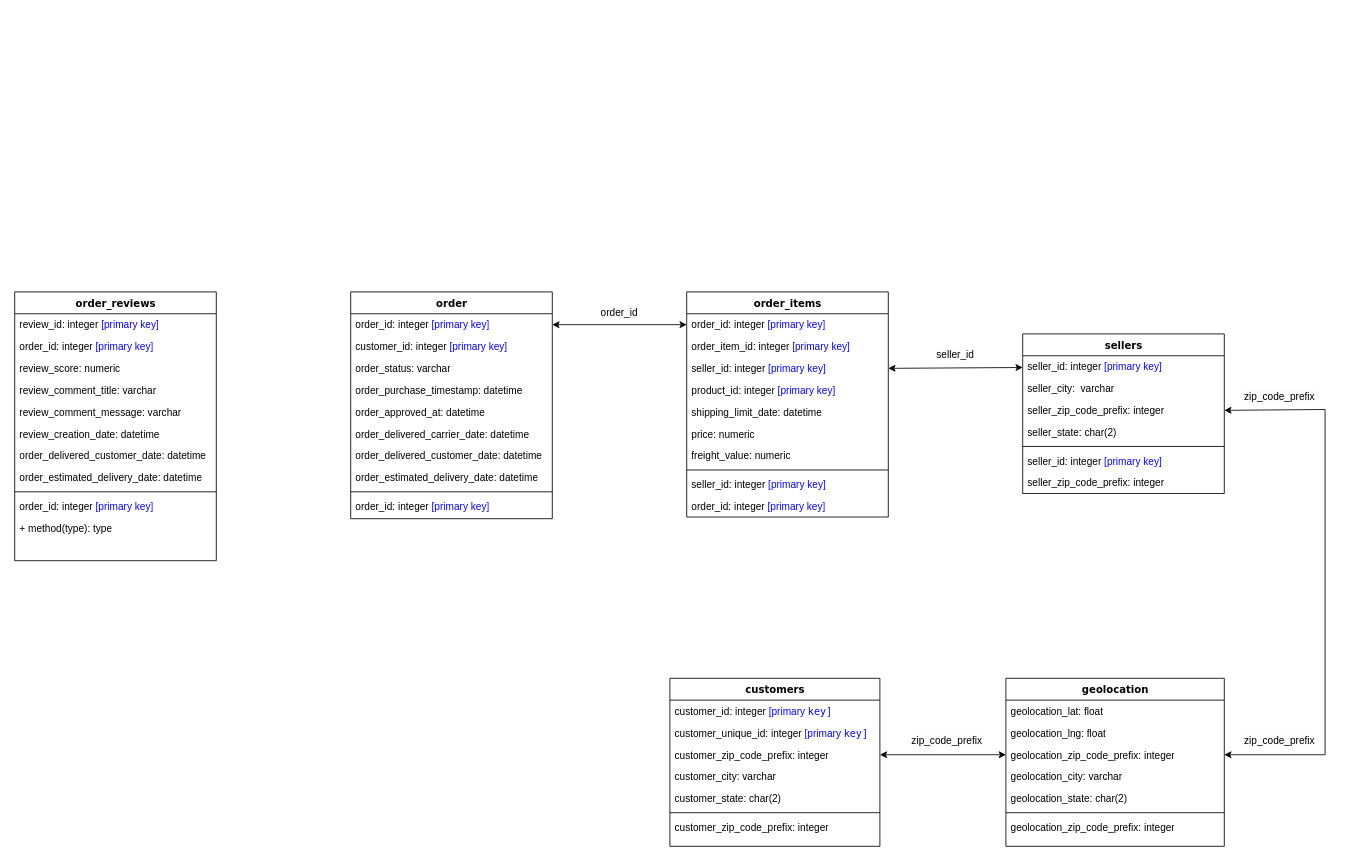
This is Diagrama sem nome.drawio from LucasFreitas98/Data-Science, a draw.io file, before an edit. Source tidied: cells renumbered, new cells numbered last; positions are measured from the earlier drawing's top-left corner, leaving out a move shared by most shapes. Both pictures are drawn from the tidied source at 84%, with x=0, y=0 at pixel (14, 291).
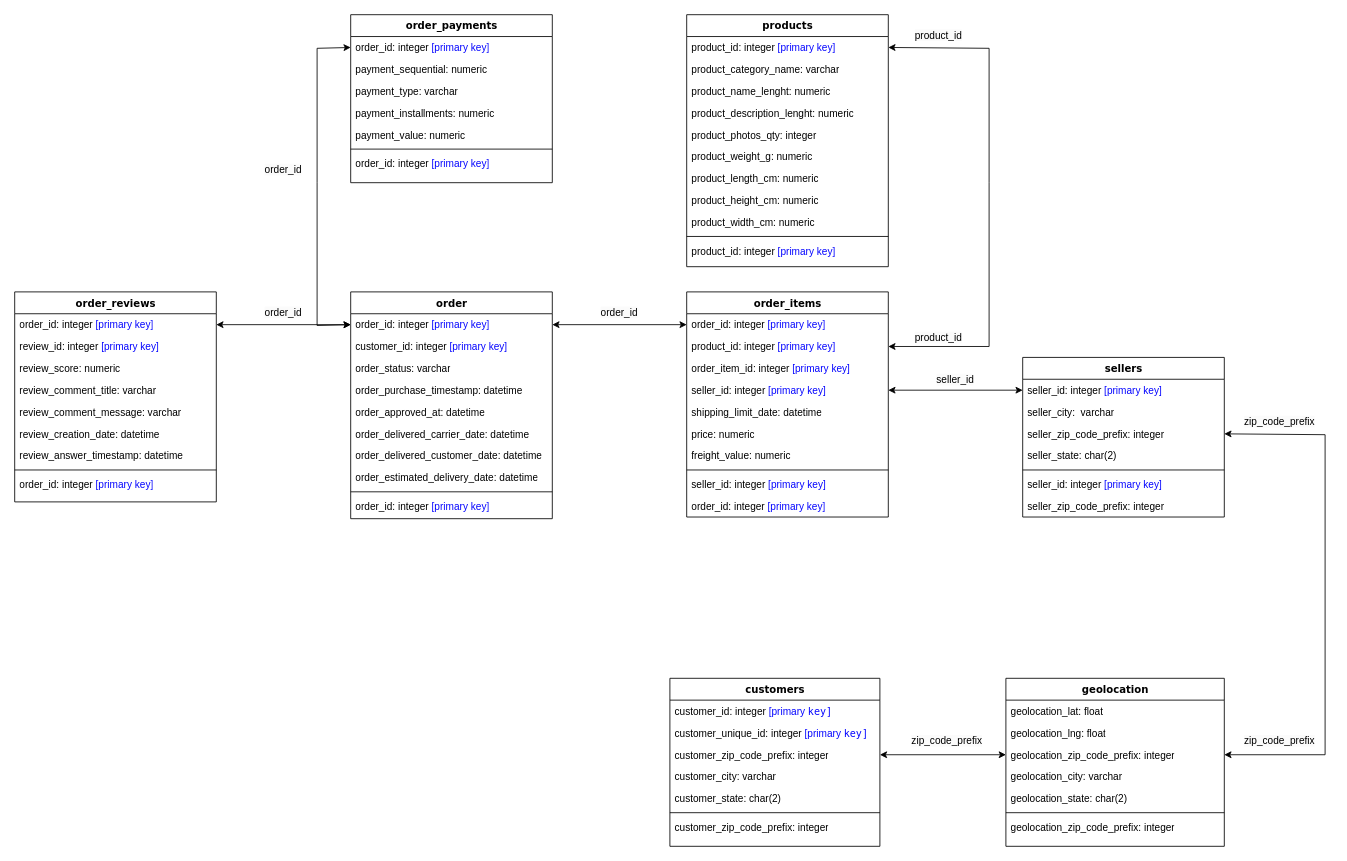
Above is the later version.

The change refers to these unchanged cells:
```xml
<mxCell id="13" value="geolocation_zip_code_prefix: integer" style="text;html=1;strokeColor=none;fillColor=none;align=left;verticalAlign=top;spacingLeft=4;spacingRight=4;whiteSpace=wrap;overflow=hidden;points=[[0,0.5],[1,0.5]];portConstraint=eastwest;" parent="10" vertex="1">
  <mxGeometry y="78" width="260" height="26" as="geometry" />
</mxCell>
<mxCell id="18" value="order_items" style="swimlane;html=1;fontStyle=1;align=center;verticalAlign=top;horizontal=1;startSize=26;swimlaneFillColor=#ffffff;rounded=0;shadow=0;comic=0;labelBackgroundColor=none;strokeWidth=1;fillColor=none;fontFamily=Verdana;fontSize=12;" parent="1" vertex="1">
  <mxGeometry x="800" width="240" height="268" as="geometry" />
</mxCell>
<mxCell id="32" value="seller_id: integer&amp;nbsp;&lt;font style=&quot;border-color: var(--border-color);&quot; color=&quot;#0505ff&quot;&gt;[primary&amp;nbsp;key]&lt;/font&gt;" style="text;html=1;strokeColor=none;fillColor=none;align=left;verticalAlign=top;spacingLeft=4;spacingRight=4;whiteSpace=wrap;overflow=hidden;points=[[0,0.5],[1,0.5]];portConstraint=eastwest;" parent="31" vertex="1">
  <mxGeometry y="26" width="240" height="26" as="geometry" />
</mxCell>
<mxCell id="34" value="seller_zip_code_prefix: integer" style="text;html=1;strokeColor=none;fillColor=none;align=left;verticalAlign=top;spacingLeft=4;spacingRight=4;whiteSpace=wrap;overflow=hidden;points=[[0,0.5],[1,0.5]];portConstraint=eastwest;" parent="31" vertex="1">
  <mxGeometry y="78" width="240" height="26" as="geometry" />
</mxCell>
<mxCell id="43" value="order_id: integer&amp;nbsp;&lt;font style=&quot;border-color: var(--border-color);&quot; color=&quot;#0505ff&quot;&gt;[primary&amp;nbsp;key]&lt;/font&gt;" style="text;html=1;strokeColor=none;fillColor=none;align=left;verticalAlign=top;spacingLeft=4;spacingRight=4;whiteSpace=wrap;overflow=hidden;points=[[0,0.5],[1,0.5]];portConstraint=eastwest;" parent="42" vertex="1">
  <mxGeometry y="26" width="240" height="26" as="geometry" />
</mxCell>
```

The edit, as a diff of the source:
```diff
@@
+    <mxCell id="22" value="product_id: integer&amp;nbsp;&lt;font style=&quot;border-color: var(--border-color);&quot; color=&quot;#0505ff&quot;&gt;[primary&amp;nbsp;key]&lt;/font&gt;" style="text;html=1;strokeColor=none;fillColor=none;align=left;verticalAlign=top;spacingLeft=4;spacingRight=4;whiteSpace=wrap;overflow=hidden;points=[[0,0.5],[1,0.5]];portConstraint=eastwest;" parent="18" vertex="1">
+      <mxGeometry y="52" width="240" height="26" as="geometry" />
+    </mxCell>
     <mxCell id="20" value="order_item_id: integer&amp;nbsp;&lt;font style=&quot;border-color: var(--border-color);&quot; color=&quot;#0505ff&quot;&gt;[primary&amp;nbsp;key]&lt;/font&gt;" style="text;html=1;strokeColor=none;fillColor=none;align=left;verticalAlign=top;spacingLeft=4;spacingRight=4;whiteSpace=wrap;overflow=hidden;" parent="18" vertex="1">
-      <mxGeometry y="52" width="240" height="26" as="geometry" />
+      <mxGeometry y="78" width="240" height="26" as="geometry" />
     </mxCell>
     <mxCell id="21" value="seller_id: integer&amp;nbsp;&lt;font style=&quot;border-color: var(--border-color);&quot; color=&quot;#0505ff&quot;&gt;[primary&amp;nbsp;key]&lt;/font&gt;&lt;br&gt;&amp;nbsp;" style="text;html=1;strokeColor=none;fillColor=none;align=left;verticalAlign=top;spacingLeft=4;spacingRight=4;whiteSpace=wrap;overflow=hidden;points=[[0,0.5],[1,0.5]];portConstraint=eastwest;" parent="18" vertex="1">
-      <mxGeometry y="78" width="240" height="26" as="geometry" />
+      <mxGeometry y="104" width="240" height="26" as="geometry" />
     </mxCell>
-    <mxCell id="22" value="product_id: integer&amp;nbsp;&lt;font style=&quot;border-color: var(--border-color);&quot; color=&quot;#0505ff&quot;&gt;[primary&amp;nbsp;key]&lt;/font&gt;" style="text;html=1;strokeColor=none;fillColor=none;align=left;verticalAlign=top;spacingLeft=4;spacingRight=4;whiteSpace=wrap;overflow=hidden;points=[[0,0.5],[1,0.5]];portConstraint=eastwest;" parent="18" vertex="1">
-      <mxGeometry y="104" width="240" height="26" as="geometry" />
-    </mxCell>
@@
     <mxCell id="31" value="sellers" style="swimlane;html=1;fontStyle=1;align=center;verticalAlign=top;horizontal=1;startSize=26;swimlaneFillColor=#ffffff;rounded=0;shadow=0;comic=0;labelBackgroundColor=none;strokeWidth=1;fillColor=none;fontFamily=Verdana;fontSize=12;" parent="1" vertex="1">
-      <mxGeometry x="1200" y="50" width="240" height="190" as="geometry" />
+      <mxGeometry x="1200" y="78" width="240" height="190" as="geometry" />
     </mxCell>
@@
     <mxCell id="39" style="endArrow=classic;startArrow=classic;html=1;rounded=0;entryX=1;entryY=0.5;entryDx=0;entryDy=0;exitX=1;exitY=0.5;exitDx=0;exitDy=0;" parent="1" edge="1" source="34" target="13">
       <mxGeometry relative="1" as="geometry">
         <Array as="points">
-          <mxPoint x="1560" y="140" />
+          <mxPoint x="1560" y="170" />
           <mxPoint x="1560" y="551" />
         </Array>
       </mxGeometry>
     </mxCell>
     <mxCell id="40" value="&lt;span style=&quot;color: rgb(0, 0, 0); font-family: Helvetica; font-size: 12px; font-style: normal; font-variant-ligatures: normal; font-variant-caps: normal; font-weight: 400; letter-spacing: normal; orphans: 2; text-align: left; text-indent: 0px; text-transform: none; widows: 2; word-spacing: 0px; -webkit-text-stroke-width: 0px; background-color: rgb(251, 251, 251); text-decoration-thickness: initial; text-decoration-style: initial; text-decoration-color: initial; float: none; display: inline !important;&quot;&gt;zip_code_prefix&lt;/span&gt;" style="text;html=1;strokeColor=none;fillColor=none;align=center;verticalAlign=middle;whiteSpace=wrap;rounded=0;" parent="1" vertex="1">
-      <mxGeometry x="1476" y="110" width="60" height="30" as="geometry" />
+      <mxGeometry x="1476" y="140" width="60" height="30" as="geometry" />
     </mxCell>
@@
-    <mxCell id="53" style="endArrow=classic;startArrow=classic;html=1;rounded=0;entryX=0;entryY=0.5;entryDx=0;entryDy=0;exitX=1;exitY=0.5;exitDx=0;exitDy=0;" parent="1" edge="1" source="21">
-      <mxGeometry relative="1" as="geometry">
-        <mxPoint x="1200" y="90" as="targetPoint" />
-      </mxGeometry>
+    <mxCell id="53" style="endArrow=classic;startArrow=classic;html=1;rounded=0;entryX=0;entryY=0.5;entryDx=0;entryDy=0;exitX=1;exitY=0.5;exitDx=0;exitDy=0;" parent="1" edge="1" source="21" target="32">
+      <mxGeometry relative="1" as="geometry" />
     </mxCell>
@@
     <mxCell id="55" value="&lt;span style=&quot;color: rgb(0, 0, 0); font-family: Helvetica; font-size: 12px; font-style: normal; font-variant-ligatures: normal; font-variant-caps: normal; font-weight: 400; letter-spacing: normal; orphans: 2; text-align: left; text-indent: 0px; text-transform: none; widows: 2; word-spacing: 0px; -webkit-text-stroke-width: 0px; background-color: rgb(251, 251, 251); text-decoration-thickness: initial; text-decoration-style: initial; text-decoration-color: initial; float: none; display: inline !important;&quot;&gt;seller_id&lt;/span&gt;" style="text;html=1;strokeColor=none;fillColor=none;align=center;verticalAlign=middle;whiteSpace=wrap;rounded=0;" parent="1" vertex="1">
-      <mxGeometry x="1090" y="60" width="60" height="30" as="geometry" />
+      <mxGeometry x="1090" y="90" width="60" height="30" as="geometry" />
     </mxCell>
@@
     <mxCell id="57" value="order_reviews" style="swimlane;html=1;fontStyle=1;align=center;verticalAlign=top;horizontal=1;startSize=26;swimlaneFillColor=#ffffff;rounded=0;shadow=0;comic=0;labelBackgroundColor=none;strokeWidth=1;fillColor=none;fontFamily=Verdana;fontSize=12;" parent="1" vertex="1">
-      <mxGeometry width="240" height="320" as="geometry" />
+      <mxGeometry width="240" height="250" as="geometry" />
     </mxCell>
+    <mxCell id="59" value="order_id: integer&amp;nbsp;&lt;font style=&quot;border-color: var(--border-color);&quot; color=&quot;#0505ff&quot;&gt;[primary&amp;nbsp;key]&lt;/font&gt;" style="text;html=1;strokeColor=none;fillColor=none;align=left;verticalAlign=top;spacingLeft=4;spacingRight=4;whiteSpace=wrap;overflow=hidden;" parent="57" vertex="1">
+      <mxGeometry y="26" width="240" height="26" as="geometry" />
+    </mxCell>
     <mxCell id="58" value="review_id:&amp;nbsp;integer&amp;nbsp;&lt;font style=&quot;border-color: var(--border-color);&quot; color=&quot;#0505ff&quot;&gt;[primary&amp;nbsp;key]&lt;/font&gt;" style="text;html=1;strokeColor=none;fillColor=none;align=left;verticalAlign=top;spacingLeft=4;spacingRight=4;whiteSpace=wrap;overflow=hidden;" parent="57" vertex="1">
-      <mxGeometry y="26" width="240" height="26" as="geometry" />
+      <mxGeometry y="52" width="240" height="26" as="geometry" />
     </mxCell>
-    <mxCell id="59" value="order_id: integer&amp;nbsp;&lt;font style=&quot;border-color: var(--border-color);&quot; color=&quot;#0505ff&quot;&gt;[primary&amp;nbsp;key]&lt;/font&gt;" style="text;html=1;strokeColor=none;fillColor=none;align=left;verticalAlign=top;spacingLeft=4;spacingRight=4;whiteSpace=wrap;overflow=hidden;" parent="57" vertex="1">
-      <mxGeometry y="52" width="240" height="26" as="geometry" />
-    </mxCell>
@@
-    <mxCell id="64" value="order_delivered_customer_date: datetime" style="text;html=1;strokeColor=none;fillColor=none;align=left;verticalAlign=top;spacingLeft=4;spacingRight=4;whiteSpace=wrap;overflow=hidden;" parent="57" vertex="1">
+    <mxCell id="64" value="review_answer_timestamp: datetime" style="text;html=1;strokeColor=none;fillColor=none;align=left;verticalAlign=top;spacingLeft=4;spacingRight=4;whiteSpace=wrap;overflow=hidden;" parent="57" vertex="1">
       <mxGeometry y="182" width="240" height="26" as="geometry" />
     </mxCell>
-    <mxCell id="65" value="order_estimated_delivery_date: datetime" style="text;html=1;strokeColor=none;fillColor=none;align=left;verticalAlign=top;spacingLeft=4;spacingRight=4;whiteSpace=wrap;overflow=hidden;" parent="57" vertex="1">
-      <mxGeometry y="208" width="240" height="26" as="geometry" />
-    </mxCell>
     <mxCell id="66" style="line;html=1;strokeWidth=1;fillColor=none;align=left;verticalAlign=middle;spacingTop=-1;spacingLeft=3;spacingRight=3;labelPosition=right;" parent="57" vertex="1">
-      <mxGeometry y="234" width="240" height="8" as="geometry" />
+      <mxGeometry y="208" width="240" height="8" as="geometry" />
     </mxCell>
     <mxCell id="67" value="order_id: integer&amp;nbsp;&lt;font style=&quot;border-color: var(--border-color);&quot; color=&quot;#0505ff&quot;&gt;[primary&amp;nbsp;key]&lt;/font&gt;" style="text;html=1;strokeColor=none;fillColor=none;align=left;verticalAlign=top;spacingLeft=4;spacingRight=4;whiteSpace=wrap;overflow=hidden;" parent="57" vertex="1">
-      <mxGeometry y="242" width="240" height="26" as="geometry" />
+      <mxGeometry y="216" width="240" height="26" as="geometry" />
     </mxCell>
-    <mxCell id="68" value="+ method(type): type" style="text;html=1;strokeColor=none;fillColor=none;align=left;verticalAlign=top;spacingLeft=4;spacingRight=4;whiteSpace=wrap;overflow=hidden;" parent="57" vertex="1">
-      <mxGeometry y="268" width="240" height="26" as="geometry" />
-    </mxCell>
+    <mxCell id="69" style="endArrow=classic;startArrow=classic;html=1;rounded=0;entryX=0;entryY=0.5;entryDx=0;entryDy=0;" parent="1" edge="1" target="43">
+      <mxGeometry relative="1" as="geometry">
+        <mxPoint x="240" y="39" as="sourcePoint" />
+      </mxGeometry>
+    </mxCell>
+    <mxCell id="70" value="&lt;span style=&quot;color: rgb(0, 0, 0); font-family: Helvetica; font-size: 12px; font-style: normal; font-variant-ligatures: normal; font-variant-caps: normal; font-weight: 400; letter-spacing: normal; orphans: 2; text-align: left; text-indent: 0px; text-transform: none; widows: 2; word-spacing: 0px; -webkit-text-stroke-width: 0px; background-color: rgb(251, 251, 251); text-decoration-thickness: initial; text-decoration-style: initial; text-decoration-color: initial; float: none; display: inline !important;&quot;&gt;order_id&lt;/span&gt;" style="text;html=1;strokeColor=none;fillColor=none;align=center;verticalAlign=middle;whiteSpace=wrap;rounded=0;" parent="1" vertex="1">
+      <mxGeometry x="290" y="10" width="60" height="30" as="geometry" />
+    </mxCell>
+    <mxCell id="71" value="order_payments" style="swimlane;html=1;fontStyle=1;align=center;verticalAlign=top;horizontal=1;startSize=26;swimlaneFillColor=#ffffff;rounded=0;shadow=0;comic=0;labelBackgroundColor=none;strokeWidth=1;fillColor=none;fontFamily=Verdana;fontSize=12;" parent="1" vertex="1">
+      <mxGeometry x="400" y="-330" width="240" height="200" as="geometry" />
+    </mxCell>
+    <mxCell id="72" value="order_id: integer&amp;nbsp;&lt;font style=&quot;border-color: var(--border-color);&quot; color=&quot;#0505ff&quot;&gt;[primary&amp;nbsp;key]&lt;/font&gt;" style="text;html=1;strokeColor=none;fillColor=none;align=left;verticalAlign=top;spacingLeft=4;spacingRight=4;whiteSpace=wrap;overflow=hidden;points=[[0,0.5],[1,0.5]];portConstraint=eastwest;" parent="71" vertex="1">
+      <mxGeometry y="26" width="240" height="26" as="geometry" />
+    </mxCell>
+    <mxCell id="73" value="payment_sequential: numeric" style="text;html=1;strokeColor=none;fillColor=none;align=left;verticalAlign=top;spacingLeft=4;spacingRight=4;whiteSpace=wrap;overflow=hidden;" parent="71" vertex="1">
+      <mxGeometry y="52" width="240" height="26" as="geometry" />
+    </mxCell>
+    <mxCell id="74" value="payment_type: varchar" style="text;html=1;strokeColor=none;fillColor=none;align=left;verticalAlign=top;spacingLeft=4;spacingRight=4;whiteSpace=wrap;overflow=hidden;" parent="71" vertex="1">
+      <mxGeometry y="78" width="240" height="26" as="geometry" />
+    </mxCell>
+    <mxCell id="75" value="payment_installments: numeric&lt;br&gt;&amp;nbsp;" style="text;html=1;strokeColor=none;fillColor=none;align=left;verticalAlign=top;spacingLeft=4;spacingRight=4;whiteSpace=wrap;overflow=hidden;" parent="71" vertex="1">
+      <mxGeometry y="104" width="240" height="26" as="geometry" />
+    </mxCell>
+    <mxCell id="76" value="payment_value: numeric" style="text;html=1;strokeColor=none;fillColor=none;align=left;verticalAlign=top;spacingLeft=4;spacingRight=4;whiteSpace=wrap;overflow=hidden;" parent="71" vertex="1">
+      <mxGeometry y="130" width="240" height="26" as="geometry" />
+    </mxCell>
+    <mxCell id="77" style="line;html=1;strokeWidth=1;fillColor=none;align=left;verticalAlign=middle;spacingTop=-1;spacingLeft=3;spacingRight=3;labelPosition=right;" parent="71" vertex="1">
+      <mxGeometry y="156" width="240" height="8" as="geometry" />
+    </mxCell>
+    <mxCell id="78" value="order_id: integer&amp;nbsp;&lt;font style=&quot;border-color: var(--border-color);&quot; color=&quot;#0505ff&quot;&gt;[primary&amp;nbsp;key]&lt;/font&gt;" style="text;html=1;strokeColor=none;fillColor=none;align=left;verticalAlign=top;spacingLeft=4;spacingRight=4;whiteSpace=wrap;overflow=hidden;" parent="71" vertex="1">
+      <mxGeometry y="164" width="240" height="26" as="geometry" />
+    </mxCell>
+    <mxCell id="79" style="endArrow=classic;startArrow=classic;html=1;rounded=0;entryX=0;entryY=0.5;entryDx=0;entryDy=0;exitX=0;exitY=0.5;exitDx=0;exitDy=0;" parent="1" edge="1" source="72" target="43">
+      <mxGeometry relative="1" as="geometry">
+        <Array as="points">
+          <mxPoint x="360" y="-290" />
+          <mxPoint x="360" y="-130" />
+          <mxPoint x="360" y="40" />
+        </Array>
+      </mxGeometry>
+    </mxCell>
+    <mxCell id="80" value="&lt;span style=&quot;color: rgb(0, 0, 0); font-family: Helvetica; font-size: 12px; font-style: normal; font-variant-ligatures: normal; font-variant-caps: normal; font-weight: 400; letter-spacing: normal; orphans: 2; text-align: left; text-indent: 0px; text-transform: none; widows: 2; word-spacing: 0px; -webkit-text-stroke-width: 0px; background-color: rgb(251, 251, 251); text-decoration-thickness: initial; text-decoration-style: initial; text-decoration-color: initial; float: none; display: inline !important;&quot;&gt;order_id&lt;/span&gt;" style="text;html=1;strokeColor=none;fillColor=none;align=center;verticalAlign=middle;whiteSpace=wrap;rounded=0;" parent="1" vertex="1">
+      <mxGeometry x="290" y="-160" width="60" height="30" as="geometry" />
+    </mxCell>
+    <mxCell id="81" value="products" style="swimlane;html=1;fontStyle=1;align=center;verticalAlign=top;horizontal=1;startSize=26;swimlaneFillColor=#ffffff;rounded=0;shadow=0;comic=0;labelBackgroundColor=none;strokeWidth=1;fillColor=none;fontFamily=Verdana;fontSize=12;" parent="1" vertex="1">
+      <mxGeometry x="800" y="-330" width="240" height="300" as="geometry" />
+    </mxCell>
+    <mxCell id="82" value="product_id: integer&amp;nbsp;&lt;font style=&quot;border-color: var(--border-color);&quot; color=&quot;#0505ff&quot;&gt;[primary&amp;nbsp;key]&lt;/font&gt;" style="text;html=1;strokeColor=none;fillColor=none;align=left;verticalAlign=top;spacingLeft=4;spacingRight=4;whiteSpace=wrap;overflow=hidden;points=[[0,0.5],[1,0.5]];portConstraint=eastwest;" parent="81" vertex="1">
+      <mxGeometry y="26" width="240" height="26" as="geometry" />
+    </mxCell>
+    <mxCell id="83" value="product_category_name: varchar" style="text;html=1;strokeColor=none;fillColor=none;align=left;verticalAlign=top;spacingLeft=4;spacingRight=4;whiteSpace=wrap;overflow=hidden;" parent="81" vertex="1">
+      <mxGeometry y="52" width="240" height="26" as="geometry" />
+    </mxCell>
+    <mxCell id="84" value="product_name_lenght: numeric" style="text;html=1;strokeColor=none;fillColor=none;align=left;verticalAlign=top;spacingLeft=4;spacingRight=4;whiteSpace=wrap;overflow=hidden;" parent="81" vertex="1">
+      <mxGeometry y="78" width="240" height="26" as="geometry" />
+    </mxCell>
+    <mxCell id="85" value="product_description_lenght: numeric&lt;br&gt;&amp;nbsp;" style="text;html=1;strokeColor=none;fillColor=none;align=left;verticalAlign=top;spacingLeft=4;spacingRight=4;whiteSpace=wrap;overflow=hidden;" parent="81" vertex="1">
+      <mxGeometry y="104" width="240" height="26" as="geometry" />
+    </mxCell>
+    <mxCell id="86" value="product_photos_qty: integer" style="text;html=1;strokeColor=none;fillColor=none;align=left;verticalAlign=top;spacingLeft=4;spacingRight=4;whiteSpace=wrap;overflow=hidden;" parent="81" vertex="1">
+      <mxGeometry y="130" width="240" height="26" as="geometry" />
+    </mxCell>
+    <mxCell id="87" value="product_weight_g: numeric" style="text;html=1;strokeColor=none;fillColor=none;align=left;verticalAlign=top;spacingLeft=4;spacingRight=4;whiteSpace=wrap;overflow=hidden;" parent="81" vertex="1">
+      <mxGeometry y="156" width="240" height="26" as="geometry" />
+    </mxCell>
+    <mxCell id="88" value="product_length_cm: numeric" style="text;html=1;strokeColor=none;fillColor=none;align=left;verticalAlign=top;spacingLeft=4;spacingRight=4;whiteSpace=wrap;overflow=hidden;" parent="81" vertex="1">
+      <mxGeometry y="182" width="240" height="26" as="geometry" />
+    </mxCell>
+    <mxCell id="89" value="product_height_cm: numeric" style="text;html=1;strokeColor=none;fillColor=none;align=left;verticalAlign=top;spacingLeft=4;spacingRight=4;whiteSpace=wrap;overflow=hidden;" parent="81" vertex="1">
+      <mxGeometry y="208" width="240" height="26" as="geometry" />
+    </mxCell>
+    <mxCell id="90" value="product_width_cm: numeric" style="text;html=1;strokeColor=none;fillColor=none;align=left;verticalAlign=top;spacingLeft=4;spacingRight=4;whiteSpace=wrap;overflow=hidden;" parent="81" vertex="1">
+      <mxGeometry y="234" width="240" height="26" as="geometry" />
+    </mxCell>
+    <mxCell id="91" style="line;html=1;strokeWidth=1;fillColor=none;align=left;verticalAlign=middle;spacingTop=-1;spacingLeft=3;spacingRight=3;labelPosition=right;" parent="81" vertex="1">
+      <mxGeometry y="260" width="240" height="8" as="geometry" />
+    </mxCell>
+    <mxCell id="92" value="product_id: integer&amp;nbsp;&lt;font style=&quot;border-color: var(--border-color);&quot; color=&quot;#0505ff&quot;&gt;[primary&amp;nbsp;key]&lt;/font&gt;" style="text;html=1;strokeColor=none;fillColor=none;align=left;verticalAlign=top;spacingLeft=4;spacingRight=4;whiteSpace=wrap;overflow=hidden;" parent="81" vertex="1">
+      <mxGeometry y="268" width="240" height="26" as="geometry" />
+    </mxCell>
+    <mxCell id="93" style="endArrow=classic;startArrow=classic;html=1;rounded=0;exitX=1;exitY=0.5;exitDx=0;exitDy=0;entryX=1;entryY=0.5;entryDx=0;entryDy=0;" parent="1" edge="1" source="82" target="22">
+      <mxGeometry relative="1" as="geometry">
+        <Array as="points">
+          <mxPoint x="1160" y="-290" />
+          <mxPoint x="1160" y="-130" />
+          <mxPoint x="1160" y="65" />
+        </Array>
+      </mxGeometry>
+    </mxCell>
+    <mxCell id="94" value="&lt;span style=&quot;color: rgb(0, 0, 0); font-family: Helvetica; font-size: 12px; font-style: normal; font-variant-ligatures: normal; font-variant-caps: normal; font-weight: 400; letter-spacing: normal; orphans: 2; text-align: left; text-indent: 0px; text-transform: none; widows: 2; word-spacing: 0px; -webkit-text-stroke-width: 0px; background-color: rgb(251, 251, 251); text-decoration-thickness: initial; text-decoration-style: initial; text-decoration-color: initial; float: none; display: inline !important;&quot;&gt;product_id&lt;/span&gt;" style="text;html=1;strokeColor=none;fillColor=none;align=center;verticalAlign=middle;whiteSpace=wrap;rounded=0;" parent="1" vertex="1">
+      <mxGeometry x="1070" y="40" width="60" height="30" as="geometry" />
+    </mxCell>
+    <mxCell id="95" value="&lt;span style=&quot;color: rgb(0, 0, 0); font-family: Helvetica; font-size: 12px; font-style: normal; font-variant-ligatures: normal; font-variant-caps: normal; font-weight: 400; letter-spacing: normal; orphans: 2; text-align: left; text-indent: 0px; text-transform: none; widows: 2; word-spacing: 0px; -webkit-text-stroke-width: 0px; background-color: rgb(251, 251, 251); text-decoration-thickness: initial; text-decoration-style: initial; text-decoration-color: initial; float: none; display: inline !important;&quot;&gt;product_id&lt;/span&gt;" style="text;html=1;strokeColor=none;fillColor=none;align=center;verticalAlign=middle;whiteSpace=wrap;rounded=0;" parent="1" vertex="1">
+      <mxGeometry x="1070" y="-320" width="60" height="30" as="geometry" />
+    </mxCell>
```
